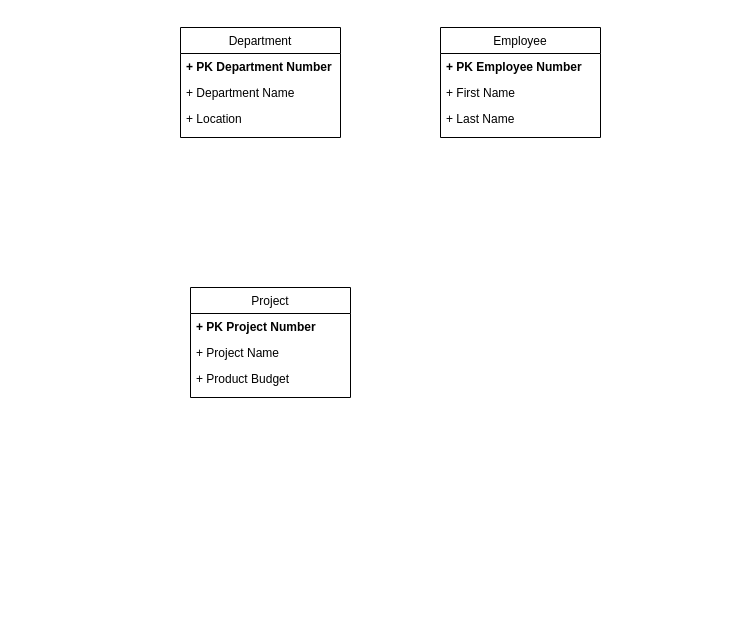
This is Untitled Diagram.drawio from brockpriest/CS3550, a draw.io file, before an edit. Source tidied: cells renumbered, new cells numbered last; positions are measured from the earlier drawing's top-left corner, leaving out a move shared by most shapes. Both pictures are drawn from the tidied source at 100%, with x=0, y=0 at pixel (180, 27).
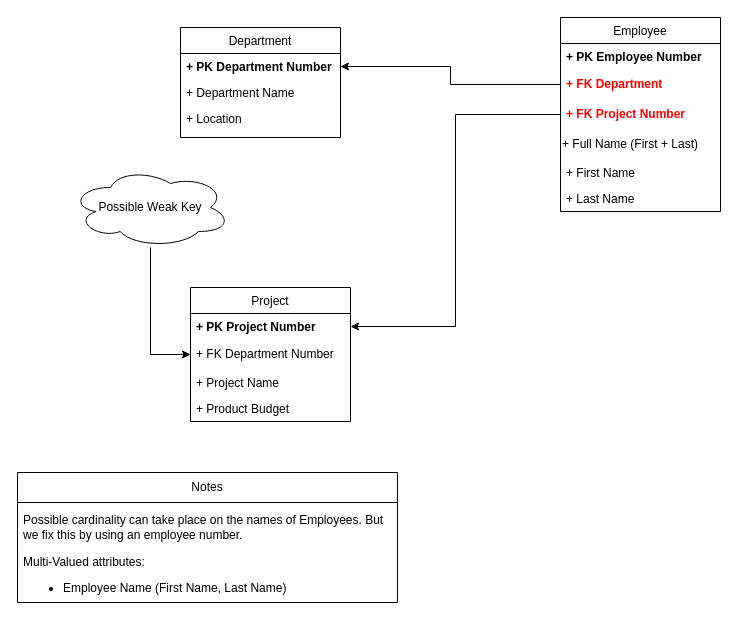
Above is the later version.

Unchanged cells that the change refers to:
```xml
<mxCell id="3" value="+ PK Department Number" style="text;align=left;verticalAlign=top;spacingLeft=4;spacingRight=4;overflow=hidden;points=[[0,0.5],[1,0.5]];portConstraint=eastwest;fontStyle=1;" parent="2" vertex="1">
  <mxGeometry y="26" width="160" height="26" as="geometry" />
</mxCell>
<mxCell id="7" value="+ PK Project Number" style="text;align=left;verticalAlign=top;spacingLeft=4;spacingRight=4;overflow=hidden;points=[[0,0.5],[1,0.5]];portConstraint=eastwest;fontStyle=1;" parent="6" vertex="1">
  <mxGeometry y="26" width="160" height="26" as="geometry" />
</mxCell>
```

Change to the diagram source:
```diff
@@
     <mxCell id="6" value="Project" style="swimlane;fontStyle=0;align=center;verticalAlign=top;horizontal=1;startSize=26;rounded=0;shadow=0;strokeWidth=1;" parent="1" vertex="1">
-      <mxGeometry x="10" y="260" width="160" height="110" as="geometry" />
+      <mxGeometry x="10" y="260" width="160" height="134" as="geometry" />
     </mxCell>
@@
+    <mxCell id="14" value="+ FK Department Number" style="text;strokeColor=none;fillColor=none;align=left;verticalAlign=middle;spacingLeft=4;spacingRight=4;overflow=hidden;points=[[0,0.5],[1,0.5]];portConstraint=eastwest;whiteSpace=wrap;html=1;" parent="6" vertex="1">
+      <mxGeometry y="52" width="160" height="30" as="geometry" />
+    </mxCell>
     <mxCell id="8" value="+ Project Name" style="text;align=left;verticalAlign=top;spacingLeft=4;spacingRight=4;overflow=hidden;rounded=0;shadow=0;html=0;" parent="6" vertex="1">
-      <mxGeometry y="52" width="160" height="26" as="geometry" />
+      <mxGeometry y="82" width="160" height="26" as="geometry" />
     </mxCell>
     <mxCell id="9" value="+ Product Budget" style="text;align=left;verticalAlign=top;spacingLeft=4;spacingRight=4;overflow=hidden;" parent="6" vertex="1">
-      <mxGeometry y="78" width="160" height="26" as="geometry" />
+      <mxGeometry y="108" width="160" height="26" as="geometry" />
     </mxCell>
     <mxCell id="10" value="Employee" style="swimlane;fontStyle=0;align=center;verticalAlign=top;horizontal=1;startSize=26;rounded=0;shadow=0;strokeWidth=1;" parent="1" vertex="1">
-      <mxGeometry x="260" width="160" height="110" as="geometry" />
+      <mxGeometry x="380" y="-10" width="160" height="194" as="geometry" />
     </mxCell>
@@
+    <mxCell id="15" value="+ FK Department" style="text;strokeColor=none;fillColor=none;align=left;verticalAlign=middle;spacingLeft=4;spacingRight=4;overflow=hidden;points=[[0,0.5],[1,0.5]];portConstraint=eastwest;whiteSpace=wrap;html=1;fontColor=#ff0000;fontStyle=1;" parent="10" vertex="1">
+      <mxGeometry y="52" width="160" height="30" as="geometry" />
+    </mxCell>
+    <mxCell id="16" value="+ FK Project Number" style="text;strokeColor=none;fillColor=none;align=left;verticalAlign=middle;spacingLeft=4;spacingRight=4;overflow=hidden;points=[[0,0.5],[1,0.5]];portConstraint=eastwest;whiteSpace=wrap;html=1;fontColor=#ff0000;fontStyle=1;" parent="10" vertex="1">
+      <mxGeometry y="82" width="160" height="30" as="geometry" />
+    </mxCell>
+    <mxCell id="17" value="+ Full Name (First + Last)" style="text;html=1;strokeColor=none;fillColor=none;align=left;verticalAlign=middle;whiteSpace=wrap;rounded=0;" parent="10" vertex="1">
+      <mxGeometry y="112" width="160" height="30" as="geometry" />
+    </mxCell>
     <mxCell id="12" value="+ First Name" style="text;align=left;verticalAlign=top;spacingLeft=4;spacingRight=4;overflow=hidden;rounded=0;shadow=0;html=0;" parent="10" vertex="1">
-      <mxGeometry y="52" width="160" height="26" as="geometry" />
+      <mxGeometry y="142" width="160" height="26" as="geometry" />
     </mxCell>
     <mxCell id="13" value="+ Last Name" style="text;align=left;verticalAlign=top;spacingLeft=4;spacingRight=4;overflow=hidden;rounded=0;shadow=0;html=0;" parent="10" vertex="1">
-      <mxGeometry y="78" width="160" height="26" as="geometry" />
+      <mxGeometry y="168" width="160" height="26" as="geometry" />
     </mxCell>
+    <mxCell id="18" style="edgeStyle=orthogonalEdgeStyle;rounded=0;jettySize=auto;html=1;" parent="1" edge="1" source="15" target="3">
+      <mxGeometry relative="1" as="geometry" />
+    </mxCell>
+    <mxCell id="19" style="edgeStyle=orthogonalEdgeStyle;rounded=0;jettySize=auto;html=1;entryX=1;entryY=0.5;entryDx=0;entryDy=0;" parent="1" edge="1" source="16" target="7">
+      <mxGeometry relative="1" as="geometry" />
+    </mxCell>
+    <mxCell id="20" style="edgeStyle=orthogonalEdgeStyle;rounded=0;jettySize=auto;html=1;entryX=0;entryY=0.5;entryDx=0;entryDy=0;" parent="1" edge="1" source="21" target="14">
+      <mxGeometry relative="1" as="geometry" />
+    </mxCell>
+    <mxCell id="21" value="Possible Weak Key" style="ellipse;shape=cloud;whiteSpace=wrap;html=1;" parent="1" vertex="1">
+      <mxGeometry x="-110" y="140" width="160" height="80" as="geometry" />
+    </mxCell>
+    <mxCell id="22" value="Notes" style="swimlane;fontStyle=0;horizontal=1;startSize=30;whiteSpace=wrap;html=1;" parent="1" vertex="1">
+      <mxGeometry x="-163" y="445" width="380" height="130" as="geometry" />
+    </mxCell>
+    <mxCell id="23" value="Possible cardinality can take place on the names of Employees. But we fix this by using an employee number." style="text;strokeColor=none;fillColor=none;align=left;verticalAlign=middle;spacingLeft=4;spacingRight=4;overflow=hidden;whiteSpace=wrap;html=1;" parent="22" vertex="1">
+      <mxGeometry y="30" width="380" height="50" as="geometry" />
+    </mxCell>
+    <mxCell id="24" value="Multi-Valued attributes:&amp;nbsp;&lt;br&gt;&lt;ul&gt;&lt;li&gt;Employee Name (First Name, Last Name)&lt;/li&gt;&lt;/ul&gt;" style="text;strokeColor=none;fillColor=none;align=left;verticalAlign=middle;spacingLeft=4;spacingRight=4;overflow=hidden;whiteSpace=wrap;html=1;" parent="22" vertex="1">
+      <mxGeometry y="80" width="380" height="50" as="geometry" />
+    </mxCell>
```
